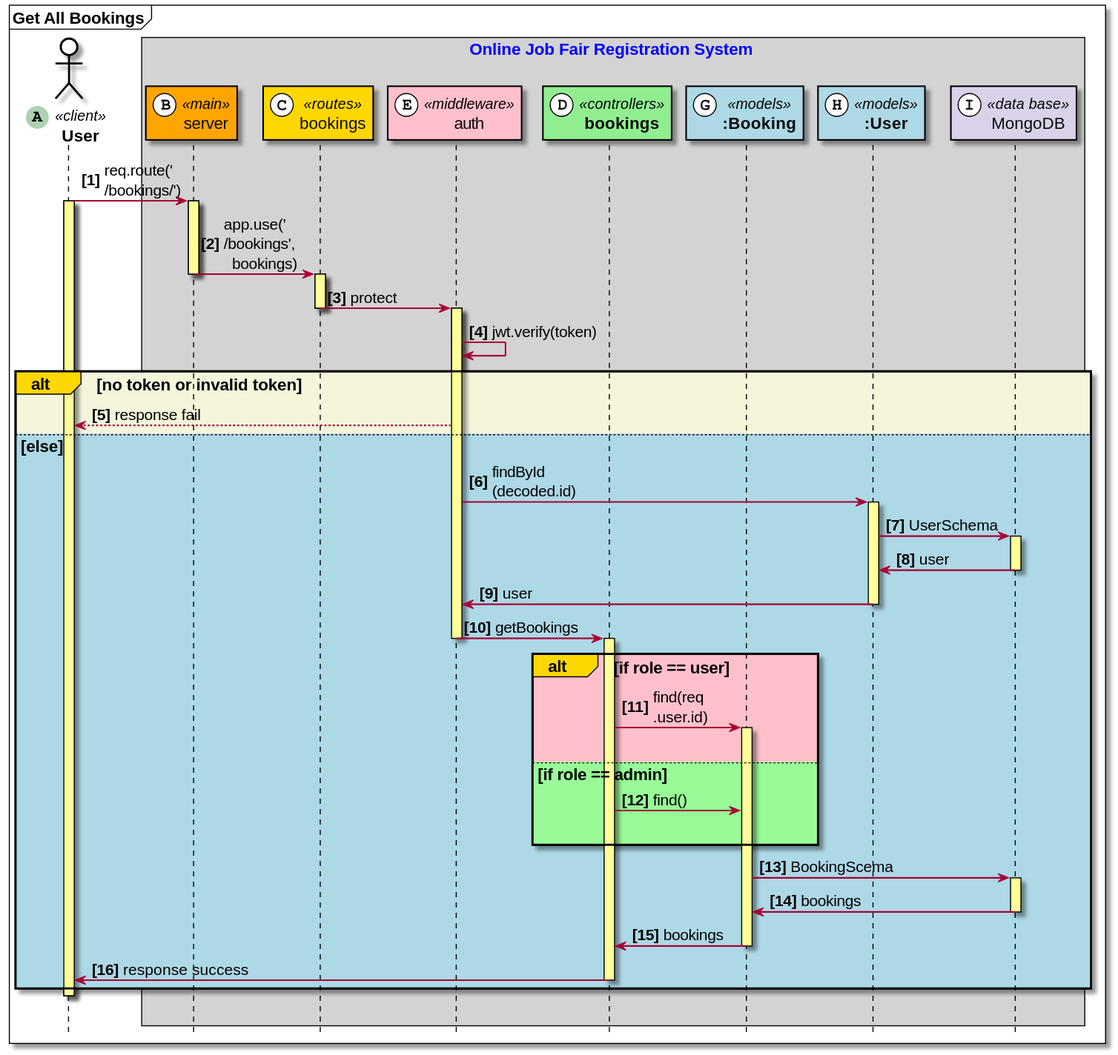
This is doc_asset/diagrams/squence_diagrams/booking/get_all_bookings.svg from wisarootl/online-job-fair-registration, a PlantUML export, as it was before one commit. Its diagram source:
```plantuml
@startuml

hide footbox
skinparam sequenceArrowThickness 1.5
skinparam fontsize 50
autonumber 1 "<b>[###]"
skinparam component {
ArrowFontSize 15
}

skinparam defaultFontSize 16
Mainframe <b>Get All Bookings</b>

actor "<b>User" as user <<(A,#ADD1B2)client>>#White
Box Online Job Fair Registration System #lightgrey
participant "server" as server <<(B,#FFFFFF)main>>#Orange
participant "bookings" as rbookings <<(C,#FFFFFF)routes>>#Gold
participant "auth" as middleware_auth <<(E,#FFFFFF)middleware>>#Pink
participant "<b>bookings" as controllers_bookings <<(D,#FFFFFF)controllers>>#LightGreen
participant "<b>:Booking" as models_Booking <<(G,#FFFFFF)models>>#LightBlue
participant "<b>:User" as models_User <<(H,#FFFFFF)models>>#LightBlue
participant "MongoDB" as mongo <<(I,#FFFFFF)data base>>#d9d2e9
end box

user->server: req.route('\n/bookings/')
Activate user
Activate server
server->rbookings: app.use('\n/bookings',\n  bookings)
DeActivate server
Activate rbookings
rbookings->middleware_auth: protect
DeActivate rbookings
Activate middleware_auth
middleware_auth->middleware_auth: jwt.verify(token)
Alt#Gold #Beige no token or invalid token
middleware_auth-->user: response fail
Else #LightBlue else
middleware_auth->models_User: findById\n(decoded.id)
Activate models_User
models_User->mongo: UserSchema
Activate mongo
mongo->models_User: user
DeActivate mongo
models_User->middleware_auth: user
DeActivate models_User
middleware_auth->controllers_bookings: getBookings
DeActivate middleware_auth
Activate controllers_bookings
Alt#Gold #Pink if role == user
controllers_bookings->models_Booking: find(req\n.user.id)
Activate models_Booking
|||
Else #PaleGreen if role == admin
controllers_bookings->models_Booking: find()
|||
End Alt
models_Booking->mongo: BookingScema
Activate mongo
mongo->models_Booking: bookings
DeActivate mongo
models_Booking->controllers_bookings: bookings
DeActivate models_Booking
controllers_bookings->user: response success
DeActivate controllers_bookings
End Alt
DeActivate user
|||

skinparam sequence {
BoxBorderColor Black
BoxFontColor Blue
BoxFontSize 16
LifeLineBorderColor Black
LifeLineBackgroundColor #FFFF99
ParticipantBorderColor Black
StereoTypeFontSize 14
ParticipantFontSize 16
ParticipantFontColor #0c0c0c
ActorBorderColor Black
ActorBackgroundColor White
ActorFontSize 16
ActorFontColor Black
}

@enduml
```
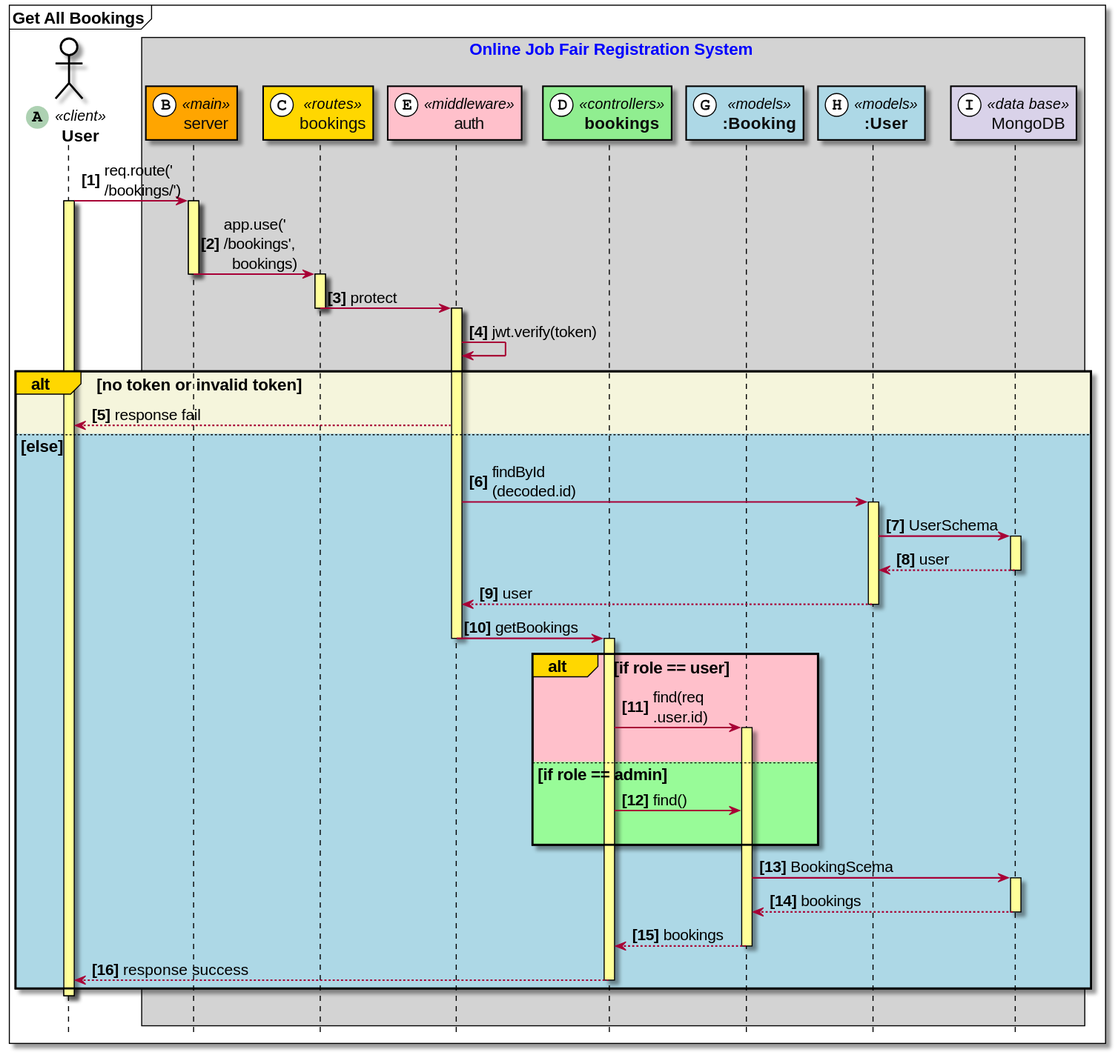
After the change.

Diff of the diagram source:
```diff
@@ -39,9 +39,9 @@
 Activate models_User
 models_User->mongo: UserSchema
 Activate mongo
-mongo->models_User: user
+mongo-->models_User: user
 DeActivate mongo
-models_User->middleware_auth: user
+models_User-->middleware_auth: user
 DeActivate models_User
 middleware_auth->controllers_bookings: getBookings
 DeActivate middleware_auth
@@ -56,11 +56,11 @@
 End Alt
 models_Booking->mongo: BookingScema
 Activate mongo
-mongo->models_Booking: bookings
+mongo-->models_Booking: bookings
 DeActivate mongo
-models_Booking->controllers_bookings: bookings
+models_Booking-->controllers_bookings: bookings
 DeActivate models_Booking
-controllers_bookings->user: response success
+controllers_bookings-->user: response success
 DeActivate controllers_bookings
 End Alt
 DeActivate user
```
